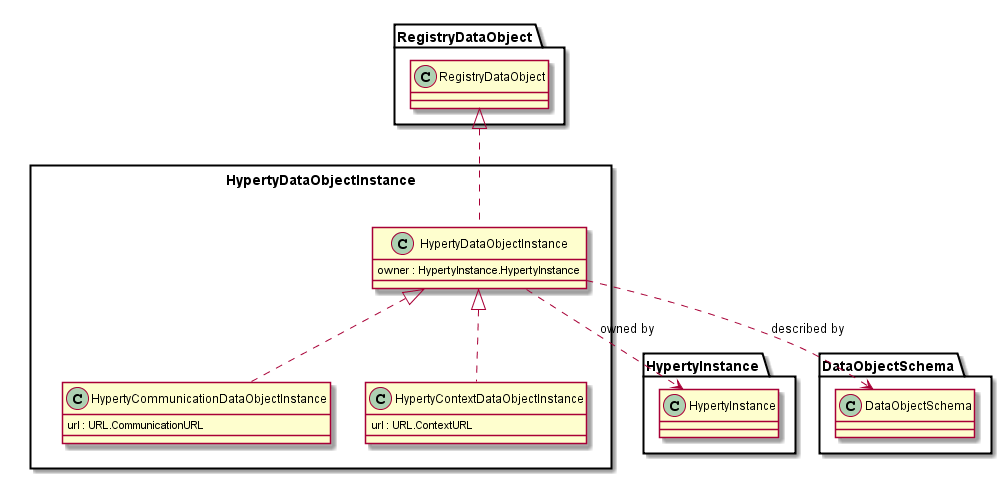
Before: docs/datamodel/Hyperty-Data-Object-Instance-Model.png, a diagram exported from PlantUML (reTHINK-project/dev-service-framework). The source it was exported from:
```plantuml
@startuml "Hyperty-Data-Object-Instance-Model.png"

package HypertyDataObjectInstance <<Rect>> {

	class HypertyDataObjectInstance {
		owner : HypertyInstance.HypertyInstance
		}

	class HypertyCommunicationDataObjectInstance {
		url : URL.CommunicationURL
		}

	class HypertyContextDataObjectInstance {
		url : URL.ContextURL
		}

	HypertyDataObjectInstance .up.|> RegistryDataObject.RegistryDataObject

	HypertyContextDataObjectInstance .up.|> HypertyDataObjectInstance

	HypertyCommunicationDataObjectInstance .up.|> HypertyDataObjectInstance

	HypertyDataObjectInstance ..> HypertyInstance.HypertyInstance : owned by

	HypertyDataObjectInstance ..> DataObjectSchema.DataObjectSchema : described by

}

@enduml
```
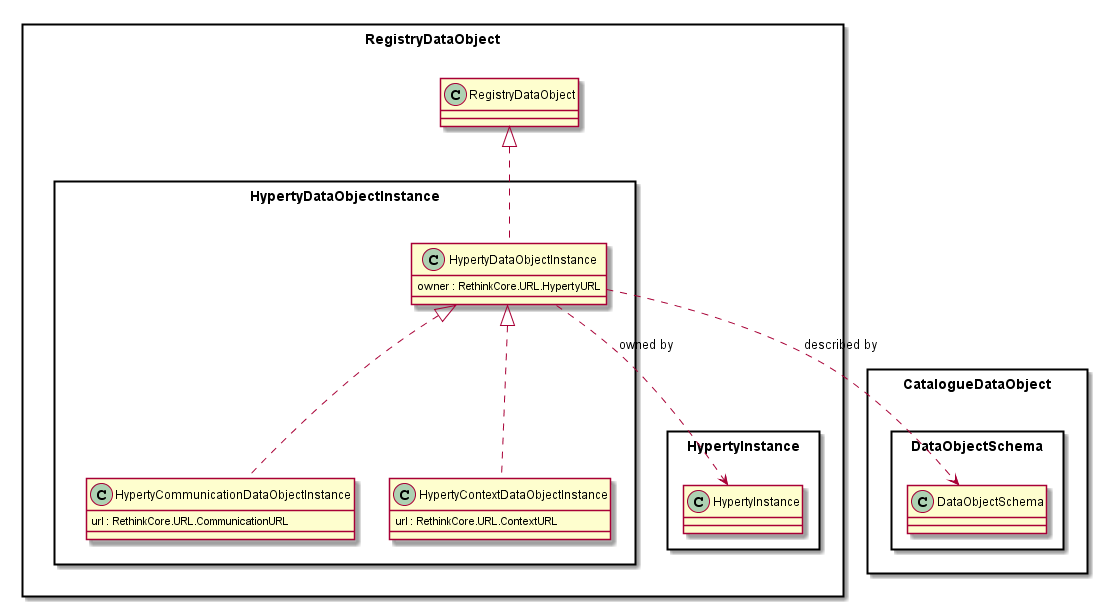
The same file after the commit.

What changed in the source:
```diff
@@ -1,18 +1,31 @@
 @startuml "Hyperty-Data-Object-Instance-Model.png"
+
+package CatalogueDataObject <<Rect>> {
+
+	package DataObjectSchema <<Rect>> {
+	}
+}
+
+package RegistryDataObject <<Rect>> {
 
 package HypertyDataObjectInstance <<Rect>> {
 
 	class HypertyDataObjectInstance {
-		owner : HypertyInstance.HypertyInstance
+		owner : RethinkCore.URL.HypertyURL
 		}
 
 	class HypertyCommunicationDataObjectInstance {
-		url : URL.CommunicationURL
+		url : RethinkCore.URL.CommunicationURL
 		}
 
 	class HypertyContextDataObjectInstance {
-		url : URL.ContextURL
+		url : RethinkCore.URL.ContextURL
 		}
+		}
+
+		package HypertyInstance <<Rect>> {
+		}
+
 
 	HypertyDataObjectInstance .up.|> RegistryDataObject.RegistryDataObject
 
@@ -26,4 +39,5 @@
 
 }
 
+
 @enduml
```
